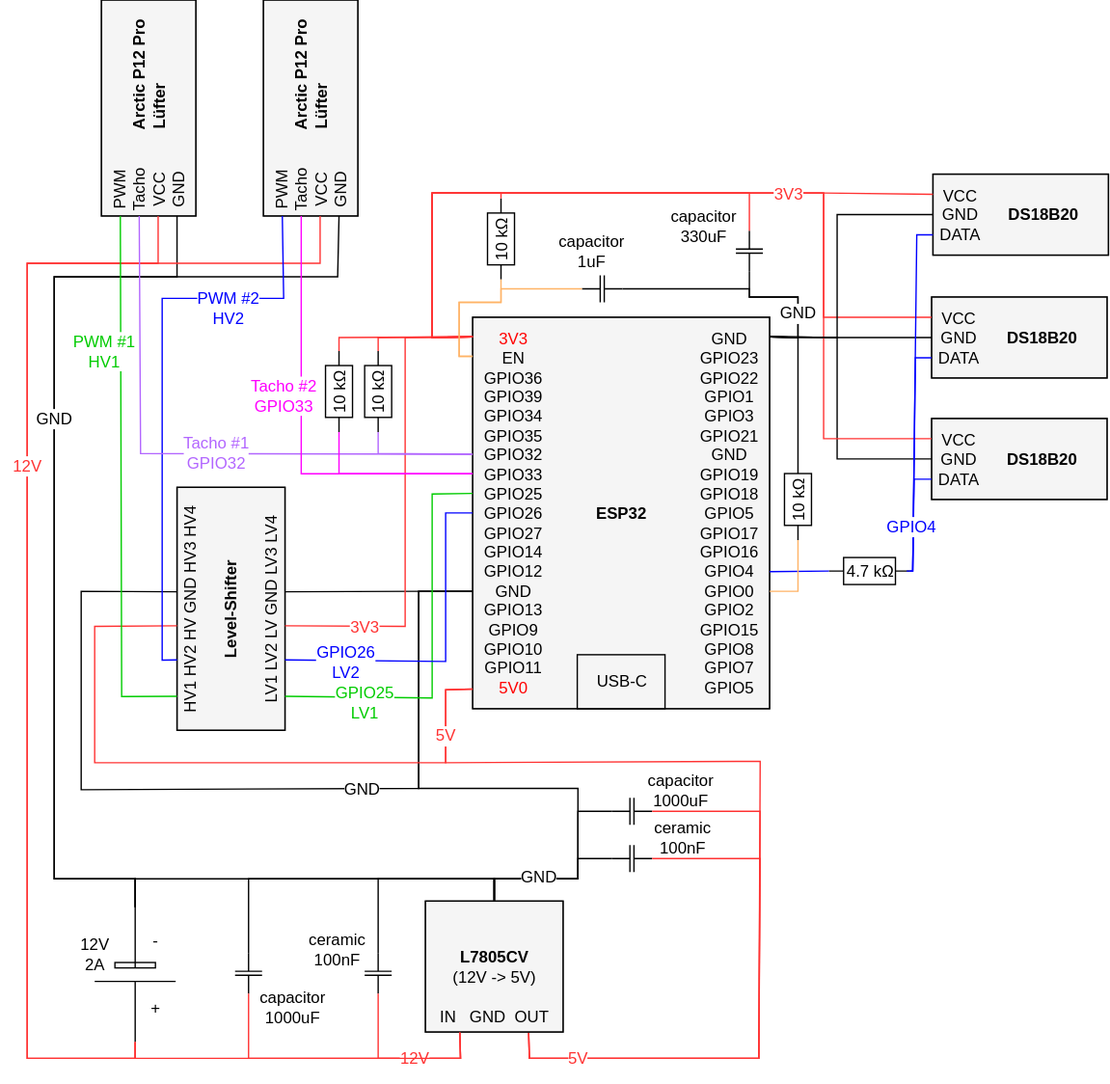
This is hardware/rack_esp32_schaltplan.drawio.svg from dan1elw/ha-rack-monitor, a draw.io export, as it was before one commit. Source tidied: cells renumbered, new cells last; positions are measured from the earlier drawing's top-left corner, leaving out a move shared by most shapes.
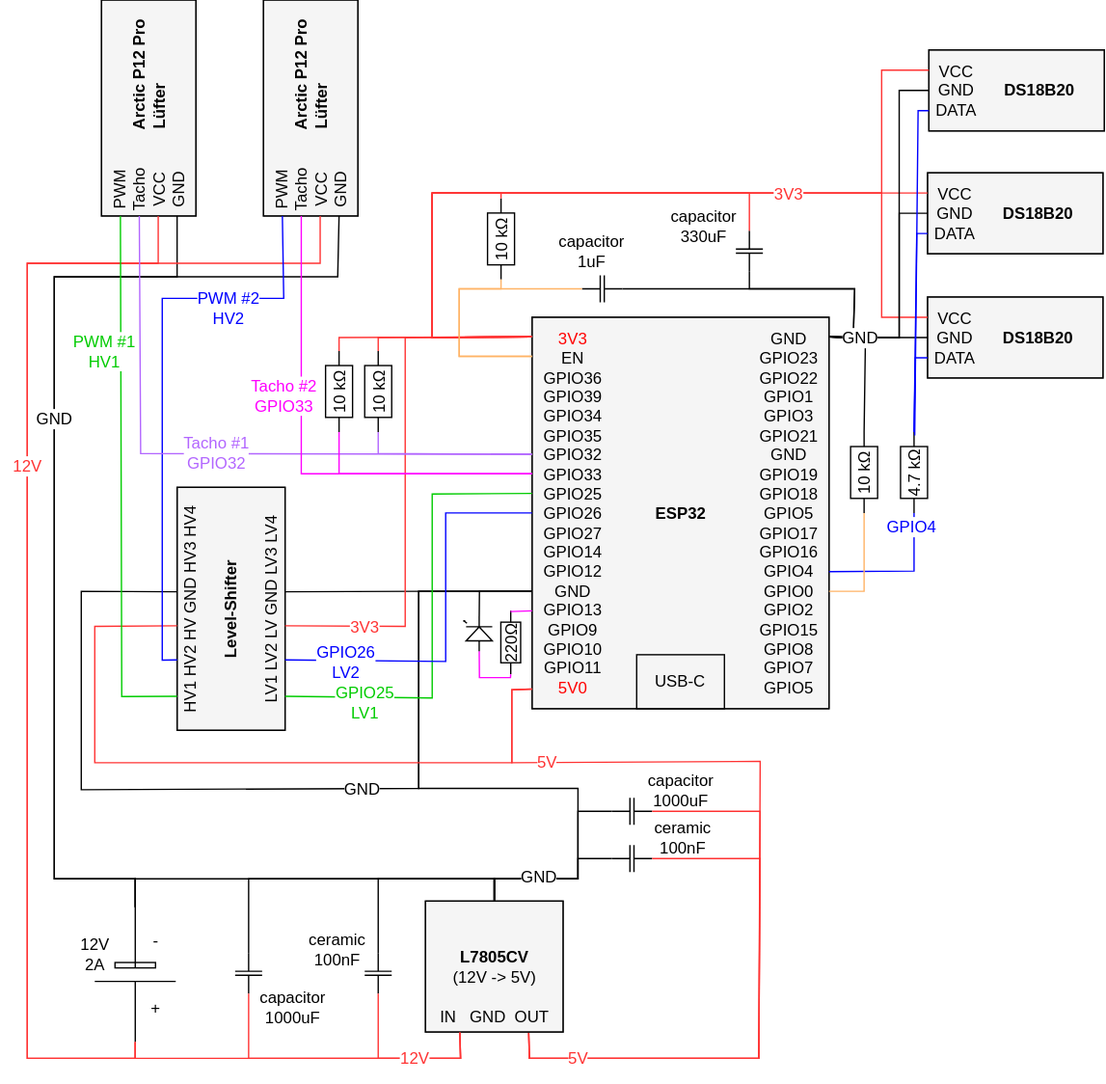
Above is the later version.

Commit message:
add-led-gpio13

What changed in the source:
```diff
@@ -56,7 +56,7 @@
       <mxGeometry width="180" height="80" as="geometry" />
     </mxCell>
     <mxCell id="16" style="group;fillColor=#f5f5f5;fontColor=#333333;strokeColor=#666666;" parent="1" vertex="1">
-      <mxGeometry x="690" y="265" width="130" height="60" as="geometry" />
+      <mxGeometry x="687" y="175" width="130" height="60" as="geometry" />
     </mxCell>
     <mxCell id="17" value="VCC&lt;div&gt;GND&lt;/div&gt;&lt;div&gt;DATA&lt;/div&gt;" style="text;html=1;whiteSpace=wrap;strokeColor=none;fillColor=none;align=center;verticalAlign=middle;rounded=0;" parent="16" vertex="1">
       <mxGeometry width="40" height="60" as="geometry" />
@@ -65,7 +65,7 @@
       <mxGeometry width="130" height="60" as="geometry" />
     </mxCell>
     <mxCell id="19" style="group;" parent="1" vertex="1">
-      <mxGeometry x="690" y="175" width="130" height="60" as="geometry" />
+      <mxGeometry x="687" y="83" width="130" height="60" as="geometry" />
     </mxCell>
     <mxCell id="20" style="group;fillColor=#f5f5f5;fontColor=#333333;strokeColor=#666666;" parent="19" vertex="1">
       <mxGeometry width="130" height="60" as="geometry" />
@@ -95,7 +95,7 @@
       <mxGeometry width="160" height="70" as="geometry" />
     </mxCell>
     <mxCell id="29" style="group;fillColor=#f5f5f5;fontColor=#333333;strokeColor=#666666;" parent="1" vertex="1">
-      <mxGeometry x="350" y="190" width="220" height="290" as="geometry" />
+      <mxGeometry x="394" y="190" width="220" height="290" as="geometry" />
     </mxCell>
     <mxCell id="30" value="&lt;font style=&quot;color: rgb(255, 0, 0);&quot;&gt;3V3&lt;/font&gt;&lt;div&gt;EN&lt;/div&gt;&lt;div&gt;GPIO36&lt;/div&gt;&lt;div&gt;GPIO39&lt;/div&gt;&lt;div&gt;GPIO34&lt;/div&gt;&lt;div&gt;GPIO35&lt;/div&gt;&lt;div&gt;GPIO32&lt;/div&gt;&lt;div&gt;GPIO33&lt;/div&gt;&lt;div&gt;GPIO25&lt;/div&gt;&lt;div&gt;GPIO26&lt;/div&gt;&lt;div&gt;GPIO27&lt;/div&gt;&lt;div&gt;GPIO14&lt;/div&gt;&lt;div&gt;GPIO12&lt;/div&gt;&lt;div&gt;GND&lt;/div&gt;&lt;div&gt;GPIO13&lt;/div&gt;&lt;div&gt;GPIO9&lt;/div&gt;&lt;div&gt;GPIO10&lt;/div&gt;&lt;div&gt;GPIO11&lt;/div&gt;&lt;div&gt;&lt;font style=&quot;color: rgb(255, 0, 0);&quot;&gt;5V0&lt;/font&gt;&lt;/div&gt;" style="text;html=1;whiteSpace=wrap;strokeColor=none;fillColor=none;align=center;verticalAlign=middle;rounded=0;" parent="29" vertex="1">
       <mxGeometry width="60" height="290" as="geometry" />
@@ -113,14 +113,15 @@
       <mxGeometry relative="1" as="geometry">
         <Array as="points">
           <mxPoint x="620" y="205" />
+          <mxPoint x="666" y="205" />
+          <mxPoint x="666" y="113" />
         </Array>
       </mxGeometry>
     </mxCell>
     <mxCell id="35" style="endArrow=none;html=1;rounded=0;exitX=1;exitY=0.05;exitDx=0;exitDy=0;exitPerimeter=0;entryX=0;entryY=0.5;entryDx=0;entryDy=0;entryPerimeter=0;" parent="1" edge="1" source="33" target="18">
       <mxGeometry relative="1" as="geometry">
         <Array as="points">
-          <mxPoint x="620" y="205" />
-          <mxPoint x="620" y="295" />
+          <mxPoint x="666" y="205" />
         </Array>
       </mxGeometry>
     </mxCell>
@@ -129,8 +130,7 @@
         <Array as="points">
           <mxPoint x="320" y="205" />
           <mxPoint x="320" y="98" />
-          <mxPoint x="610" y="98" />
-          <mxPoint x="610" y="190" />
+          <mxPoint x="653" y="98" />
         </Array>
       </mxGeometry>
     </mxCell>
@@ -139,36 +139,38 @@
         <Array as="points">
           <mxPoint x="320" y="205" />
           <mxPoint x="320" y="98" />
-          <mxPoint x="610" y="98" />
-          <mxPoint x="610" y="280" />
+          <mxPoint x="653" y="98" />
+          <mxPoint x="653" y="190" />
         </Array>
       </mxGeometry>
     </mxCell>
     <mxCell id="38" style="endArrow=none;html=1;rounded=0;exitX=1;exitY=0.65;exitDx=0;exitDy=0;exitPerimeter=0;entryX=0;entryY=0.5;entryDx=0;entryDy=0;entryPerimeter=0;fontColor=#0000FF;strokeColor=#0000FF;" parent="1" edge="1" source="33" target="40">
-      <mxGeometry relative="1" as="geometry" />
+      <mxGeometry relative="1" as="geometry">
+        <Array as="points">
+          <mxPoint x="677" y="378" />
+        </Array>
+      </mxGeometry>
     </mxCell>
-    <mxCell id="39" style="group;" parent="1" vertex="1">
-      <mxGeometry x="614" y="363" width="60" height="30" as="geometry" />
+    <mxCell id="39" style="group;rotation=-90;" parent="1" vertex="1">
+      <mxGeometry x="647" y="290" width="60" height="30" as="geometry" />
     </mxCell>
-    <mxCell id="40" style="verticalLabelPosition=bottom;shadow=0;dashed=0;align=center;html=1;verticalAlign=top;shape=mxgraph.electrical.resistors.resistor_1;" parent="39" vertex="1">
+    <mxCell id="40" style="verticalLabelPosition=bottom;shadow=0;dashed=0;align=center;html=1;verticalAlign=top;shape=mxgraph.electrical.resistors.resistor_1;rotation=-90;" parent="39" vertex="1">
       <mxGeometry y="5" width="60" height="20" as="geometry" />
     </mxCell>
-    <mxCell id="41" value="&lt;span style=&quot;color: rgb(0, 0, 0); font-family: Helvetica; font-size: 12px; font-style: normal; font-variant-ligatures: normal; font-variant-caps: normal; font-weight: 400; letter-spacing: normal; orphans: 2; text-align: center; text-indent: 0px; text-transform: none; widows: 2; word-spacing: 0px; -webkit-text-stroke-width: 0px; white-space: normal; text-decoration-thickness: initial; text-decoration-style: initial; text-decoration-color: initial; float: none; display: inline !important;&quot;&gt;4.7 kΩ&lt;/span&gt;" style="text;html=1;whiteSpace=wrap;align=center;verticalAlign=middle;rounded=0;" parent="39" vertex="1">
-      <mxGeometry x="2.5" width="55" height="30" as="geometry" />
+    <mxCell id="41" value="&lt;span style=&quot;color: rgb(0, 0, 0); font-family: Helvetica; font-size: 12px; font-style: normal; font-variant-ligatures: normal; font-variant-caps: normal; font-weight: 400; letter-spacing: normal; orphans: 2; text-align: center; text-indent: 0px; text-transform: none; widows: 2; word-spacing: 0px; -webkit-text-stroke-width: 0px; white-space: normal; text-decoration-thickness: initial; text-decoration-style: initial; text-decoration-color: initial; float: none; display: inline !important;&quot;&gt;4.7 kΩ&lt;/span&gt;" style="text;html=1;whiteSpace=wrap;align=center;verticalAlign=middle;rounded=0;rotation=-90;" parent="39" vertex="1">
+      <mxGeometry x="3" width="55" height="30" as="geometry" />
     </mxCell>
     <mxCell id="42" style="endArrow=none;html=1;rounded=0;exitX=0;exitY=0.75;exitDx=0;exitDy=0;exitPerimeter=0;entryX=1;entryY=0.5;entryDx=0;entryDy=0;entryPerimeter=0;fontColor=#0000FF;strokeColor=#0000FF;" parent="1" edge="1" source="22" target="40">
       <mxGeometry relative="1" as="geometry">
         <Array as="points">
-          <mxPoint x="678" y="220" />
-          <mxPoint x="676" y="378" />
+          <mxPoint x="679" y="128" />
         </Array>
       </mxGeometry>
     </mxCell>
     <mxCell id="43" style="endArrow=none;html=1;rounded=0;exitX=0;exitY=0.75;exitDx=0;exitDy=0;exitPerimeter=0;entryX=1;entryY=0.5;entryDx=0;entryDy=0;entryPerimeter=0;fontColor=#0000FF;strokeColor=#0000FF;" parent="1" edge="1" source="18" target="40">
       <mxGeometry relative="1" as="geometry">
         <Array as="points">
-          <mxPoint x="677" y="310" />
-          <mxPoint x="676" y="378" />
+          <mxPoint x="678" y="220" />
         </Array>
       </mxGeometry>
     </mxCell>
@@ -178,8 +180,8 @@
           <mxPoint x="392" y="739" />
           <mxPoint x="562" y="739" />
           <mxPoint x="563" y="519" />
-          <mxPoint x="330" y="520" />
-          <mxPoint x="330" y="466" />
+          <mxPoint x="379" y="520" />
+          <mxPoint x="379" y="466" />
         </Array>
       </mxGeometry>
     </mxCell>
@@ -253,15 +255,15 @@
     <mxCell id="53" style="endArrow=none;html=1;rounded=0;exitX=0;exitY=0.95;exitDx=0;exitDy=0;exitPerimeter=0;entryX=0.43;entryY=0;entryDx=0;entryDy=0;entryPerimeter=0;strokeColor=#FF3333;" parent="1" edge="1" source="33" target="15">
       <mxGeometry relative="1" as="geometry">
         <Array as="points">
-          <mxPoint x="330" y="466" />
-          <mxPoint x="330" y="520" />
+          <mxPoint x="379" y="466" />
+          <mxPoint x="379" y="520" />
           <mxPoint x="70" y="520" />
           <mxPoint x="70" y="419" />
         </Array>
       </mxGeometry>
     </mxCell>
     <mxCell id="54" value="5V" style="text;html=1;whiteSpace=wrap;strokeColor=none;fillColor=none;align=center;verticalAlign=middle;rounded=0;fontColor=#FF3333;labelBackgroundColor=default;" parent="1" vertex="1">
-      <mxGeometry x="310" y="490" width="40" height="20" as="geometry" />
+      <mxGeometry x="385" y="510" width="40" height="20" as="geometry" />
     </mxCell>
     <mxCell id="55" style="endArrow=none;html=1;rounded=0;exitX=0;exitY=0.7;exitDx=0;exitDy=0;exitPerimeter=0;entryX=0.57;entryY=1;entryDx=0;entryDy=0;entryPerimeter=0;" parent="1" edge="1" source="33" target="15">
       <mxGeometry relative="1" as="geometry">
@@ -464,9 +466,6 @@
     <mxCell id="92" value="5V" style="text;html=1;whiteSpace=wrap;strokeColor=none;fillColor=none;align=center;verticalAlign=middle;rounded=0;fontColor=#FF3333;labelBackgroundColor=default;" parent="1" vertex="1">
       <mxGeometry x="408" y="729" width="40" height="20" as="geometry" />
     </mxCell>
-    <mxCell id="93" value="12V" style="text;html=1;whiteSpace=wrap;strokeColor=none;fillColor=none;align=center;verticalAlign=middle;rounded=0;fontColor=#FF3333;labelBackgroundColor=default;" parent="1" vertex="1">
-      <mxGeometry x="287" y="729" width="40" height="20" as="geometry" />
-    </mxCell>
     <mxCell id="94" style="edgeStyle=orthogonalEdgeStyle;rounded=0;orthogonalLoop=1;jettySize=auto;html=1;exitX=0.5;exitY=1;exitDx=0;exitDy=0;" parent="1" edge="1" source="92" target="92">
       <mxGeometry relative="1" as="geometry" />
     </mxCell>
@@ -491,8 +490,8 @@
     <mxCell id="99" style="endArrow=none;html=1;rounded=0;exitX=0;exitY=0.5;exitDx=0;exitDy=0;exitPerimeter=0;entryX=0;entryY=0.1;entryDx=0;entryDy=0;entryPerimeter=0;strokeColor=#FFB366;" parent="1" edge="1" source="96" target="33">
       <mxGeometry relative="1" as="geometry">
         <Array as="points">
-          <mxPoint x="371" y="179" />
-          <mxPoint x="340" y="179" />
+          <mxPoint x="371" y="169" />
+          <mxPoint x="340" y="169" />
           <mxPoint x="340" y="219" />
         </Array>
       </mxGeometry>
@@ -526,7 +525,7 @@
       </mxGeometry>
     </mxCell>
     <mxCell id="106" style="group;fillColor=#f5f5f5;fontColor=#333333;strokeColor=#666666;" parent="1" vertex="1">
-      <mxGeometry x="691" y="84" width="130" height="60" as="geometry" />
+      <mxGeometry x="688" y="-8" width="130" height="60" as="geometry" />
     </mxCell>
     <mxCell id="107" value="VCC&lt;div&gt;GND&lt;/div&gt;&lt;div&gt;DATA&lt;/div&gt;" style="text;html=1;whiteSpace=wrap;strokeColor=none;fillColor=none;align=center;verticalAlign=middle;rounded=0;" parent="106" vertex="1">
       <mxGeometry width="40" height="60" as="geometry" />
@@ -537,8 +536,7 @@
     <mxCell id="109" style="endArrow=none;html=1;rounded=0;exitX=0;exitY=0.75;exitDx=0;exitDy=0;exitPerimeter=0;entryX=1;entryY=0.5;entryDx=0;entryDy=0;fontColor=#0000FF;strokeColor=#0000FF;" parent="1" edge="1" source="108" target="41">
       <mxGeometry relative="1" as="geometry">
         <Array as="points">
-          <mxPoint x="679" y="129" />
-          <mxPoint x="676" y="378" />
+          <mxPoint x="680" y="37" />
         </Array>
       </mxGeometry>
     </mxCell>
@@ -550,15 +548,16 @@
         <Array as="points">
           <mxPoint x="320" y="205" />
           <mxPoint x="320" y="98" />
-          <mxPoint x="610" y="98" />
+          <mxPoint x="653" y="98" />
+          <mxPoint x="653" y="7" />
         </Array>
       </mxGeometry>
     </mxCell>
     <mxCell id="112" style="endArrow=none;html=1;rounded=0;entryX=0;entryY=0.5;entryDx=0;entryDy=0;entryPerimeter=0;exitX=1;exitY=0.05;exitDx=0;exitDy=0;exitPerimeter=0;" parent="1" edge="1" source="33" target="108">
       <mxGeometry relative="1" as="geometry">
         <Array as="points">
-          <mxPoint x="620" y="205" />
-          <mxPoint x="620" y="114" />
+          <mxPoint x="666" y="205" />
+          <mxPoint x="666" y="22" />
         </Array>
       </mxGeometry>
     </mxCell>
@@ -580,9 +579,9 @@
     <mxCell id="116" style="endArrow=none;html=1;rounded=0;entryX=0;entryY=0.5;entryDx=0;entryDy=0;entryPerimeter=0;exitX=1;exitY=0.05;exitDx=0;exitDy=0;exitPerimeter=0;" parent="1" edge="1" source="33" target="114">
       <mxGeometry relative="1" as="geometry">
         <Array as="points">
-          <mxPoint x="591" y="205" />
-          <mxPoint x="591" y="175" />
-          <mxPoint x="555" y="175" />
+          <mxPoint x="632" y="205" />
+          <mxPoint x="633" y="169" />
+          <mxPoint x="555" y="169" />
         </Array>
       </mxGeometry>
     </mxCell>
@@ -596,8 +595,7 @@
       <mxGeometry relative="1" as="geometry">
         <Array as="points">
           <mxPoint x="371" y="169" />
-          <mxPoint x="371" y="179" />
-          <mxPoint x="340" y="179" />
+          <mxPoint x="340" y="169" />
           <mxPoint x="340" y="219" />
         </Array>
       </mxGeometry>
@@ -605,9 +603,8 @@
     <mxCell id="120" style="endArrow=none;html=1;rounded=0;entryX=0;entryY=0.5;entryDx=0;entryDy=0;entryPerimeter=0;exitX=1;exitY=0.05;exitDx=0;exitDy=0;exitPerimeter=0;" parent="1" edge="1" source="33" target="118">
       <mxGeometry relative="1" as="geometry">
         <Array as="points">
-          <mxPoint x="591" y="205" />
-          <mxPoint x="591" y="175" />
-          <mxPoint x="555" y="175" />
+          <mxPoint x="632" y="205" />
+          <mxPoint x="633" y="169" />
           <mxPoint x="555" y="169" />
         </Array>
       </mxGeometry>
@@ -615,11 +612,8 @@
     <mxCell id="121" value="capacitor&lt;br&gt;1uF" style="text;html=1;whiteSpace=wrap;strokeColor=none;fillColor=none;align=center;verticalAlign=middle;rounded=0;labelBackgroundColor=default;" parent="1" vertex="1">
       <mxGeometry x="408" y="126" width="60" height="30" as="geometry" />
     </mxCell>
-    <mxCell id="122" value="GND" style="text;html=1;whiteSpace=wrap;strokeColor=none;fillColor=none;align=center;verticalAlign=middle;rounded=0;labelBackgroundColor=default;" parent="1" vertex="1">
-      <mxGeometry x="561" y="172" width="60" height="30" as="geometry" />
-    </mxCell>
     <mxCell id="123" style="group;rotation=-90;" parent="1" vertex="1">
-      <mxGeometry x="561" y="310" width="60" height="30" as="geometry" />
+      <mxGeometry x="610" y="290" width="60" height="30" as="geometry" />
     </mxCell>
     <mxCell id="124" style="verticalLabelPosition=bottom;shadow=0;dashed=0;align=center;html=1;verticalAlign=top;shape=mxgraph.electrical.resistors.resistor_1;rotation=-90;" parent="123" vertex="1">
       <mxGeometry y="5" width="60" height="20" as="geometry" />
@@ -630,16 +624,56 @@
     <mxCell id="126" style="endArrow=none;html=1;rounded=0;exitX=1;exitY=0.7;exitDx=0;exitDy=0;exitPerimeter=0;entryX=0;entryY=0.5;entryDx=0;entryDy=0;entryPerimeter=0;fontColor=#0000FF;strokeColor=#FFB366;" parent="1" edge="1" source="33" target="124">
       <mxGeometry relative="1" as="geometry">
         <Array as="points">
-          <mxPoint x="591" y="393" />
+          <mxPoint x="640" y="393" />
         </Array>
       </mxGeometry>
     </mxCell>
     <mxCell id="127" style="endArrow=none;html=1;rounded=0;entryX=1;entryY=0.05;entryDx=0;entryDy=0;entryPerimeter=0;exitX=1;exitY=0.5;exitDx=0;exitDy=0;exitPerimeter=0;" parent="1" edge="1" source="124" target="33">
       <mxGeometry relative="1" as="geometry">
         <Array as="points">
-          <mxPoint x="591" y="205" />
+          <mxPoint x="641" y="205" />
         </Array>
       </mxGeometry>
     </mxCell>
+    <mxCell id="93" value="12V" style="text;html=1;whiteSpace=wrap;strokeColor=none;fillColor=none;align=center;verticalAlign=middle;rounded=0;fontColor=#FF3333;labelBackgroundColor=default;" parent="1" vertex="1">
+      <mxGeometry x="287" y="729" width="40" height="20" as="geometry" />
+    </mxCell>
+    <mxCell id="122" value="GND" style="text;html=1;whiteSpace=wrap;strokeColor=none;fillColor=none;align=center;verticalAlign=middle;rounded=0;labelBackgroundColor=default;" parent="1" vertex="1">
+      <mxGeometry x="607" y="190" width="60" height="30" as="geometry" />
+    </mxCell>
+    <mxCell id="128" style="verticalLabelPosition=bottom;shadow=0;dashed=0;align=center;html=1;verticalAlign=top;shape=mxgraph.electrical.opto_electronics.led_1;rotation=-90;" parent="1" vertex="1">
+      <mxGeometry x="341" y="414" width="26" height="21" as="geometry" />
+    </mxCell>
+    <mxCell id="129" style="group;rotation=-90;" parent="1" vertex="1">
+      <mxGeometry x="356" y="427" width="47" height="22" as="geometry" />
+    </mxCell>
+    <mxCell id="130" style="verticalLabelPosition=bottom;shadow=0;dashed=0;align=center;html=1;verticalAlign=top;shape=mxgraph.electrical.resistors.resistor_1;rotation=-90;" parent="129" vertex="1">
+      <mxGeometry x="-1.3" y="-3.4" width="47" height="14.7" as="geometry" />
+    </mxCell>
+    <mxCell id="131" value="&lt;span style=&quot;color: rgb(0, 0, 0); font-family: Helvetica; font-size: 12px; font-style: normal; font-variant-ligatures: normal; font-variant-caps: normal; font-weight: 400; letter-spacing: normal; orphans: 2; text-align: center; text-indent: 0px; text-transform: none; widows: 2; word-spacing: 0px; -webkit-text-stroke-width: 0px; white-space: normal; text-decoration-thickness: initial; text-decoration-style: initial; text-decoration-color: initial; float: none; display: inline !important;&quot;&gt;220Ω&lt;/span&gt;" style="text;html=1;whiteSpace=wrap;align=center;verticalAlign=middle;rounded=0;rotation=-90;" parent="129" vertex="1">
+      <mxGeometry x="1" y="-7.1" width="43.1" height="22" as="geometry" />
+    </mxCell>
+    <mxCell id="132" style="endArrow=none;html=1;rounded=0;exitX=0;exitY=0.7;exitDx=0;exitDy=0;exitPerimeter=0;entryX=1;entryY=0.54;entryDx=0;entryDy=0;entryPerimeter=0;" parent="1" edge="1" source="33" target="128">
+      <mxGeometry relative="1" as="geometry">
+        <Array as="points">
+          <mxPoint x="355" y="393" />
+        </Array>
+      </mxGeometry>
+    </mxCell>
+    <mxCell id="133" style="endArrow=none;html=1;rounded=0;exitX=0;exitY=0.75;exitDx=0;exitDy=0;exitPerimeter=0;entryX=1;entryY=0.5;entryDx=0;entryDy=0;entryPerimeter=0;strokeColor=#FF00FF;" parent="1" edge="1" source="33" target="130">
+      <mxGeometry relative="1" as="geometry">
+        <Array as="points">
+          <mxPoint x="378" y="408" />
+        </Array>
+      </mxGeometry>
+    </mxCell>
+    <mxCell id="134" style="endArrow=none;html=1;rounded=0;exitX=0;exitY=0.5;exitDx=0;exitDy=0;exitPerimeter=0;entryX=0;entryY=0.54;entryDx=0;entryDy=0;entryPerimeter=0;strokeColor=#FF00FF;" parent="1" edge="1" source="130" target="128">
+      <mxGeometry relative="1" as="geometry">
+        <Array as="points">
+          <mxPoint x="378" y="457" />
+          <mxPoint x="355" y="457" />
+        </Array>
+      </mxGeometry>
+    </mxCell>
   </root>
 </mxGraphModel>
```
